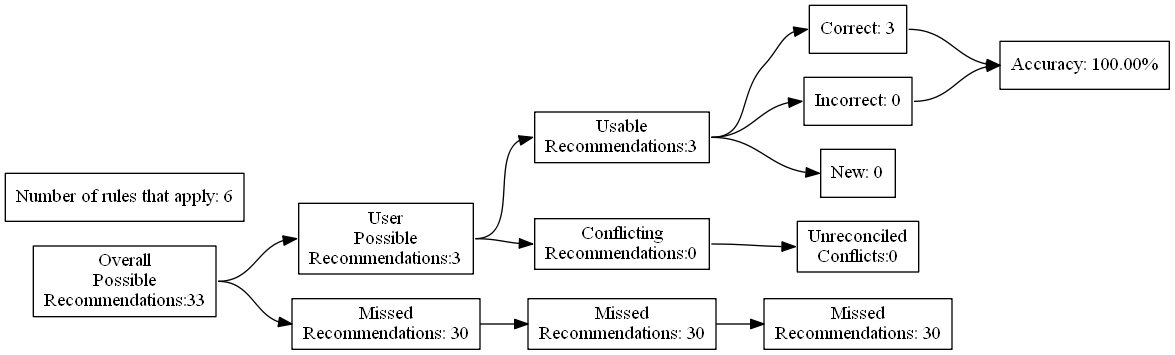
Earlier version of the Graphviz export test_renders/71.gv.png (ZaxR/ibd_diet_analysis). Its source is kept beside it as test_renders/71.gv.
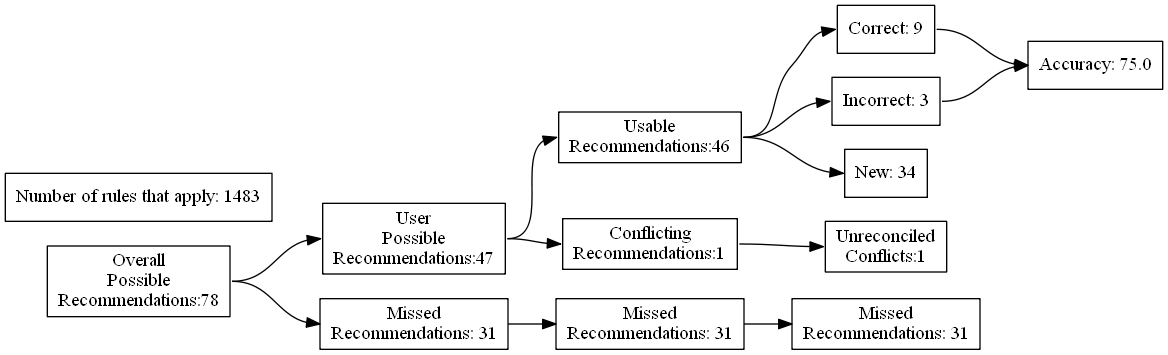
After the commit.

The edit, as a diff of the source:
```diff
@@ -4,27 +4,27 @@
 	edge [headport=w tailport=e]
 		A [label="Overall
 Possible
-Recommendations:33"]
+Recommendations:78"]
 		B [label="User
 Possible
-Recommendations:3"]
+Recommendations:47"]
 		C [label="Missed
-Recommendations: 30"]
+Recommendations: 31"]
 		D [label="Usable
-Recommendations:3"]
+Recommendations:46"]
 		E [label="Conflicting
-Recommendations:0"]
+Recommendations:1"]
 		J [label="Missed
-Recommendations: 30"]
+Recommendations: 31"]
 		M [label="Unreconciled
-Conflicts:0"]
-		F [label="Correct: 3"]
-		G [label="Incorrect: 0"]
-		H [label="New: 0"]
+Conflicts:1"]
+		F [label="Correct: 9"]
+		G [label="Incorrect: 3"]
+		H [label="New: 34"]
 		K [label="Missed
-Recommendations: 30"]
-		I [label="Accuracy: 100.00%"]
-		l [label="Number of rules that apply: 6"]
+Recommendations: 31"]
+		I [label="Accuracy: 75.0"]
+		l [label="Number of rules that apply: 1483"]
 			A -> B
 			A -> C
 			B -> D
```
